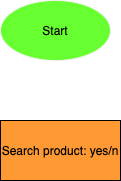
ansavp/fa21-cse110-lab4 keeps this draw.io diagram as explore/diagramming/diagram.drawio.png. Above is the earlier version. Source tidied: cells renumbered, new cells last; positions are measured from the earlier drawing's top-left corner, leaving out a move shared by most shapes.
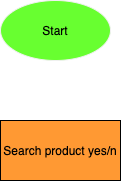
After the commit.

The edit, as a diff of the source:
```diff
@@ -5,7 +5,7 @@
     <mxCell id="2" value="&lt;font color=&quot;#000000&quot;&gt;Start&lt;/font&gt;" style="ellipse;whiteSpace=wrap;html=1;fillColor=#68FF30;strokeColor=#F0F0F0;" parent="1" vertex="1">
       <mxGeometry width="110" height="60" as="geometry" />
     </mxCell>
-    <mxCell id="3" value="&lt;font color=&quot;#000000&quot;&gt;Search product: yes/n&lt;br&gt;&lt;/font&gt;" style="rounded=0;whiteSpace=wrap;html=1;fillColor=#FF9933;" parent="1" vertex="1">
+    <mxCell id="3" value="&lt;font color=&quot;#000000&quot;&gt;Search product yes/n&lt;br&gt;&lt;/font&gt;" style="rounded=0;whiteSpace=wrap;html=1;fillColor=#FF9933;" parent="1" vertex="1">
       <mxGeometry y="120" width="120" height="60" as="geometry" />
     </mxCell>
   </root>
```
